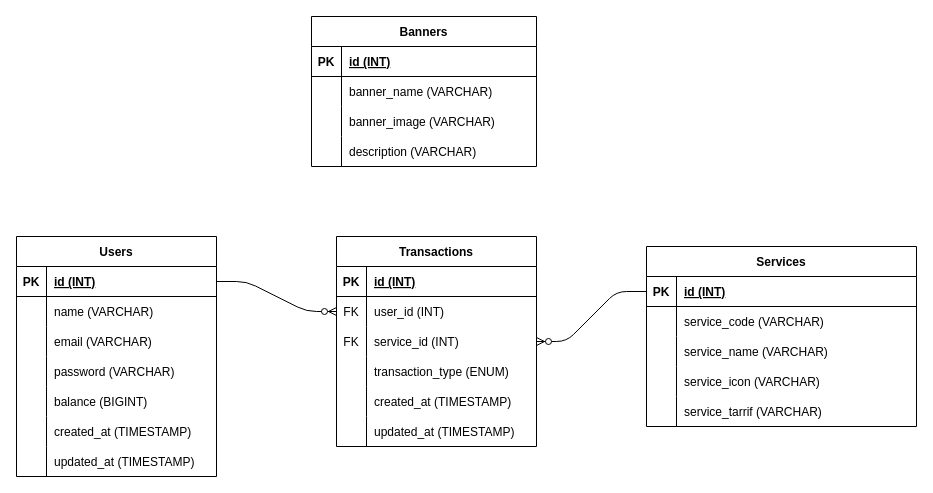
This is erd.drawio from rahmatadlin/Test-Nutech-NodeJS, a draw.io file, before an edit. Source tidied: cells renumbered, new cells numbered last; positions are measured from the earlier drawing's top-left corner, leaving out a move shared by most shapes. Both pictures are drawn from the tidied source at 100%, with x=0, y=0 at pixel (16, 16).
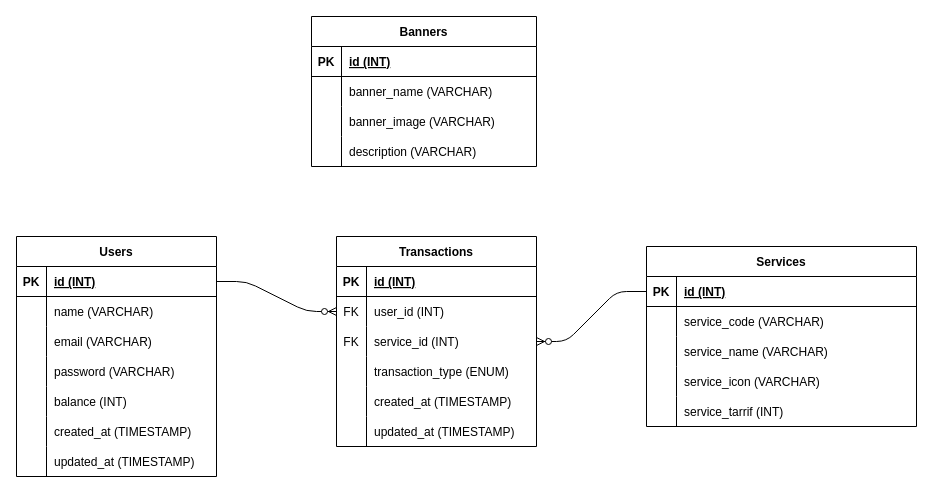
The same page after the edit.

The change refers to these unchanged cells:
```xml
<mxCell id="15" style="shape=tableRow;horizontal=0;startSize=0;swimlaneHead=0;swimlaneBody=0;fillColor=none;top=0;left=0;right=0;bottom=0;" parent="2" vertex="1">
  <mxGeometry y="150" width="200" height="30" as="geometry" />
</mxCell>
<mxCell id="57" style="shape=tableRow;horizontal=0;startSize=0;swimlaneHead=0;swimlaneBody=0;fillColor=none;top=0;left=0;right=0;bottom=0;" parent="44" vertex="1">
  <mxGeometry y="150" width="270" height="30" as="geometry" />
</mxCell>
```

Diff of the diagram source:
```diff
@@
-    <mxCell id="17" value="balance (BIGINT)" style="shape=partialRectangle;fillColor=none;top=0;left=0;bottom=0;right=0;align=left;spacingLeft=6;overflow=hidden;" parent="15" vertex="1">
+    <mxCell id="17" value="balance (INT)" style="shape=partialRectangle;fillColor=none;top=0;left=0;bottom=0;right=0;align=left;spacingLeft=6;overflow=hidden;" parent="15" vertex="1">
       <mxGeometry x="30" width="170" height="30" as="geometry" />
     </mxCell>
@@
-    <mxCell id="59" value="service_tarrif (VARCHAR)" style="shape=partialRectangle;fillColor=none;top=0;left=0;bottom=0;right=0;align=left;spacingLeft=6;overflow=hidden;" parent="57" vertex="1">
+    <mxCell id="59" value="service_tarrif (INT)" style="shape=partialRectangle;fillColor=none;top=0;left=0;bottom=0;right=0;align=left;spacingLeft=6;overflow=hidden;" parent="57" vertex="1">
       <mxGeometry x="30" width="240" height="30" as="geometry" />
     </mxCell>
```
